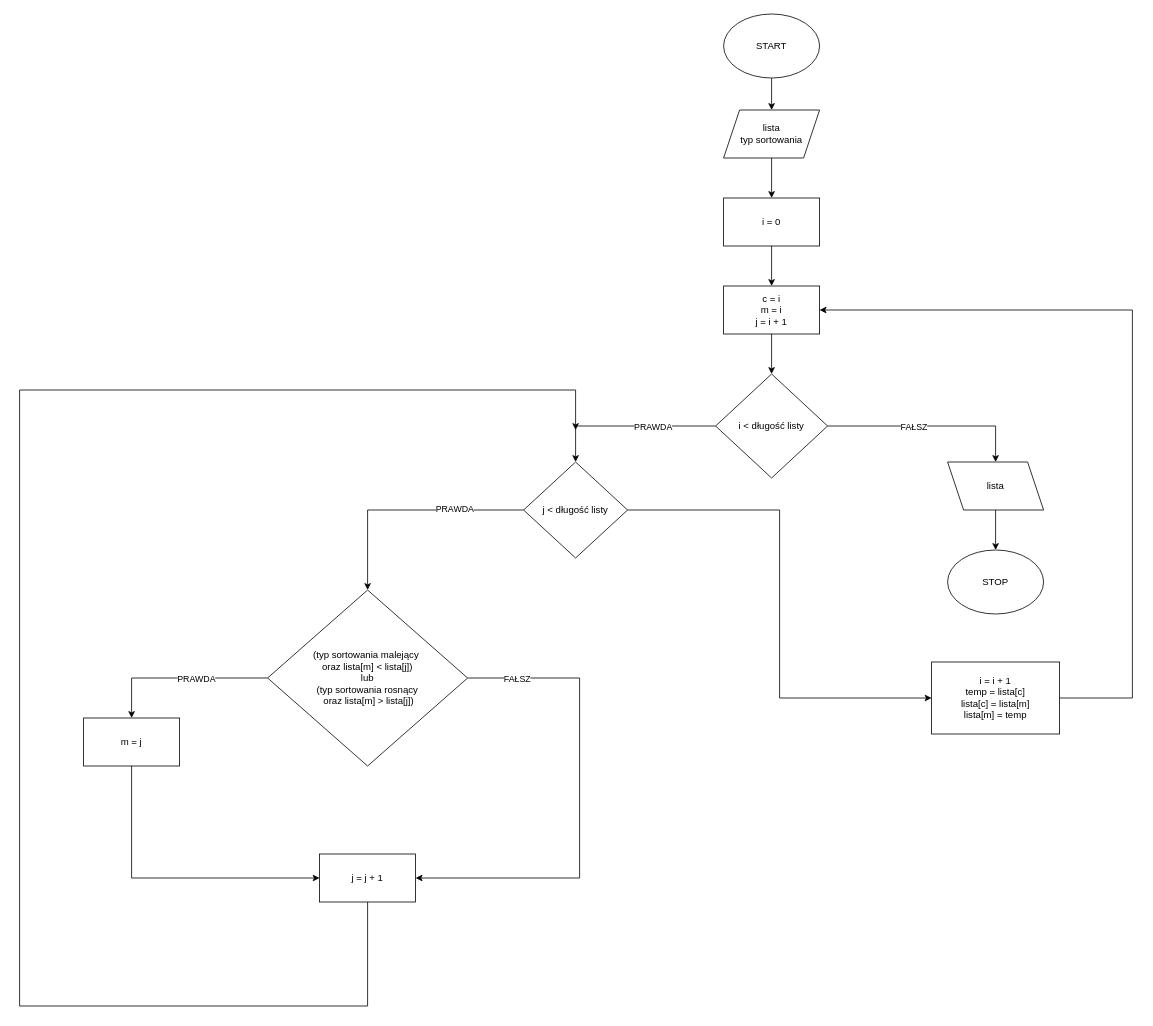
Earlier version of the draw.io diagram selection-sort.drawio (mmarusiak/diagrams). Source tidied: cells renumbered, new cells numbered last; positions are measured from the earlier drawing's top-left corner, leaving out a move shared by most shapes. Both pictures are drawn from the tidied source at 80%, with x=0, y=0 at pixel (19, 14).
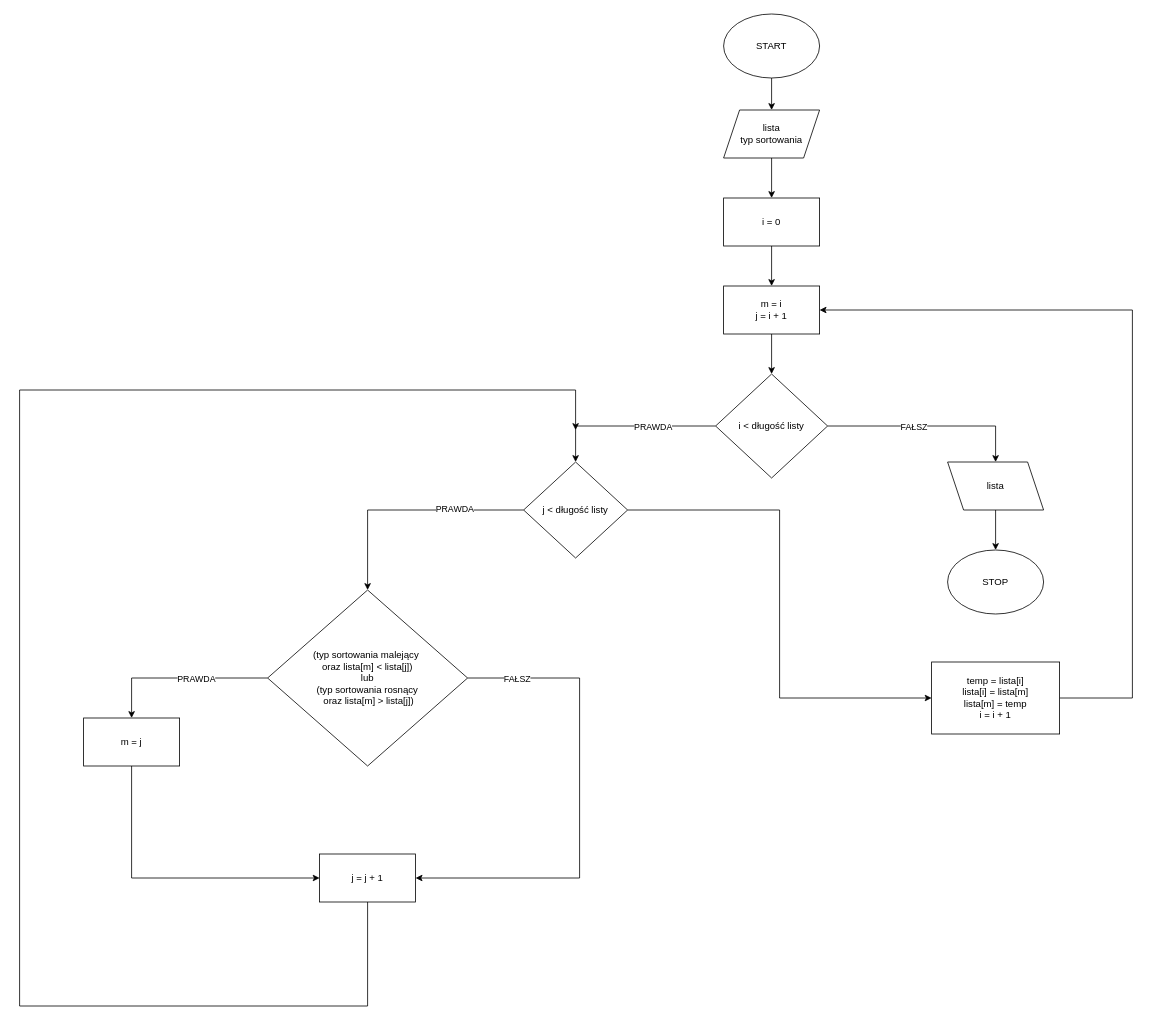
After the change.

Diff of the diagram source:
```diff
@@
-    <mxCell id="9" value="&lt;div&gt;c = i&lt;/div&gt;m = i&lt;br&gt;j = i + 1" style="rounded=0;whiteSpace=wrap;html=1;" parent="1" vertex="1">
+    <mxCell id="9" value="&lt;div&gt;m = i&lt;br&gt;&lt;/div&gt;j = i + 1" style="rounded=0;whiteSpace=wrap;html=1;" parent="1" vertex="1">
       <mxGeometry x="880" y="340" width="120" height="60" as="geometry" />
     </mxCell>
@@
-    <mxCell id="32" value="i = i + 1&lt;div&gt;temp = lista[c]&lt;/div&gt;&lt;div&gt;lista[c] = lista[m]&lt;/div&gt;&lt;div&gt;lista[m] = temp&lt;/div&gt;" style="rounded=0;whiteSpace=wrap;html=1;" parent="1" vertex="1">
+    <mxCell id="32" value="&lt;div&gt;&lt;div&gt;temp = lista[i]&lt;/div&gt;&lt;div&gt;lista[i] = lista[m]&lt;/div&gt;&lt;div&gt;lista[m] = temp&lt;/div&gt;&lt;/div&gt;i = i + 1" style="rounded=0;whiteSpace=wrap;html=1;" parent="1" vertex="1">
       <mxGeometry x="1140" y="810" width="160" height="90" as="geometry" />
     </mxCell>
```
